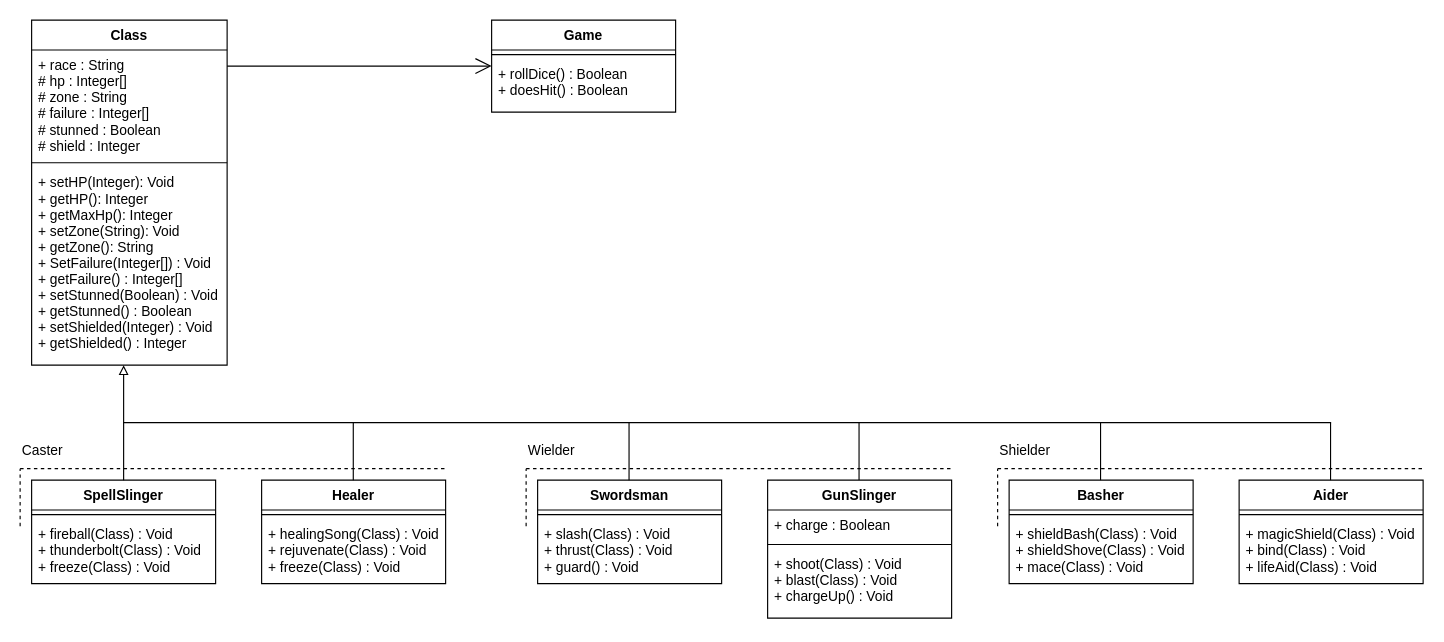
This is UML/ClassDiagram.drawio from emilykok/simple-java-tbc, a draw.io file, before an edit. Source tidied: cells renumbered, new cells numbered last; positions are measured from the earlier drawing's top-left corner, leaving out a move shared by most shapes. Both pictures are drawn from the tidied source at 115%, with x=0, y=0 at pixel (20, 20).
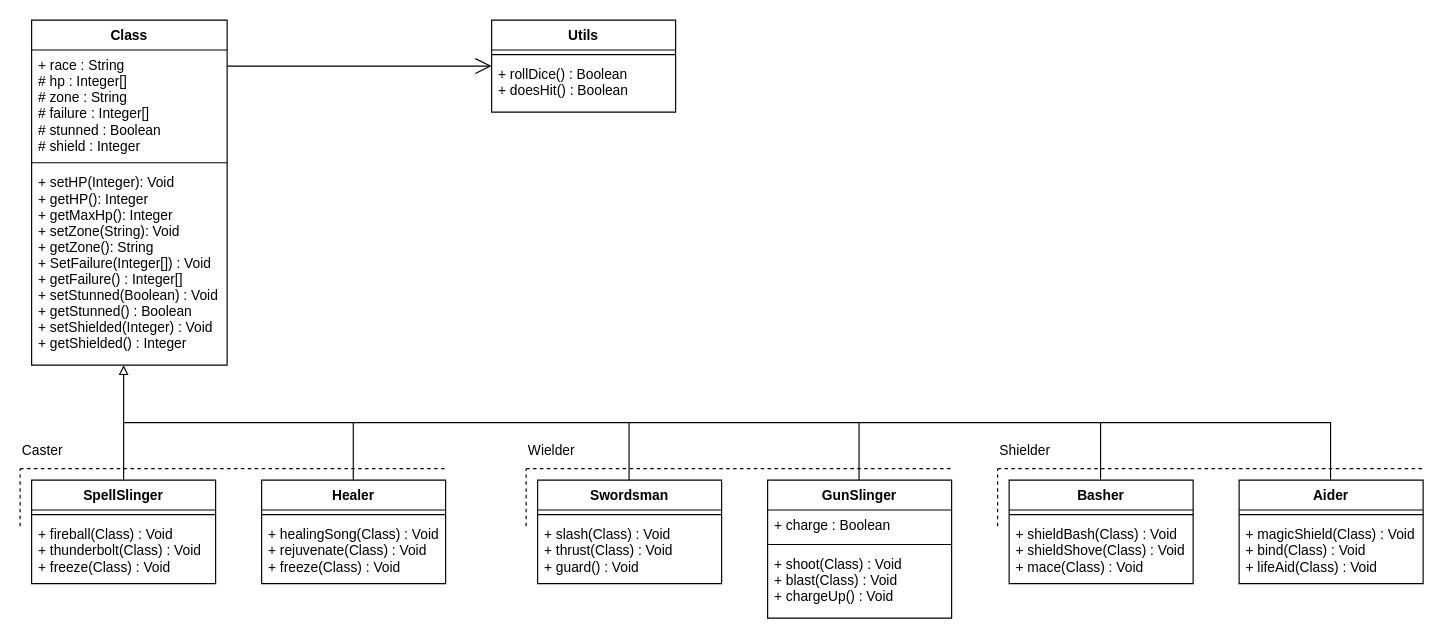
The same diagram, later.

Commit message (it also covers changes not shown here):
Added Utils class

- diceRoll method
- updated UML accordingly

What changed in the source:
```diff
@@
-    <mxCell id="6" value="Game" style="swimlane;fontStyle=1;align=center;verticalAlign=top;horizontal=1;startSize=26;" parent="1" vertex="1">
+    <mxCell id="6" value="Utils" style="swimlane;fontStyle=1;align=center;verticalAlign=top;horizontal=1;startSize=26;" parent="1" vertex="1">
       <mxGeometry x="410" width="160" height="80" as="geometry" />
     </mxCell>
```
